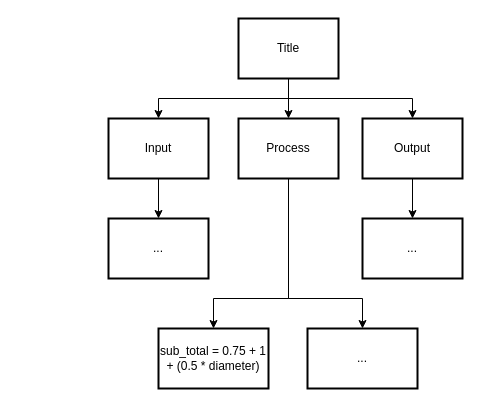
This is drawio/topDownDesign/topDownDesign.drawio from Aidan-Lalonde-Novales/ICS3U-Unit4-05-Python, a draw.io file, before an edit. Source tidied: cells renumbered, new cells numbered last; positions are measured from the earlier drawing's top-left corner, leaving out a move shared by most shapes. Both pictures are drawn from the tidied source at 100%, with x=0, y=0 at pixel (108, 18).
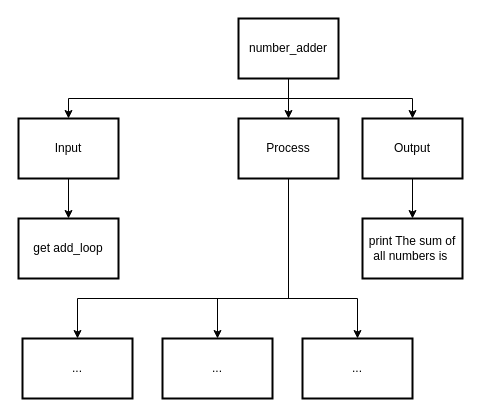
Above is the later version.

Unchanged cells that the change refers to:
```xml
<mxCell id="4" value="Process" style="rounded=0;whiteSpace=wrap;html=1;absoluteArcSize=1;arcSize=14;strokeWidth=2;" parent="1" vertex="1">
  <mxGeometry x="130" y="100" width="100" height="60" as="geometry" />
</mxCell>
```

What changed in the source:
```diff
@@
     <mxCell id="2" style="edgeStyle=none;rounded=0;html=1;exitX=0.5;exitY=1;exitDx=0;exitDy=0;entryX=0.5;entryY=0;entryDx=0;entryDy=0;" parent="1" edge="1" source="4" target="15">
       <mxGeometry relative="1" as="geometry">
         <Array as="points">
           <mxPoint x="180" y="280" />
-          <mxPoint x="105" y="280" />
+          <mxPoint x="-31" y="280" />
         </Array>
       </mxGeometry>
     </mxCell>
     <mxCell id="3" style="edgeStyle=none;rounded=0;html=1;exitX=0.5;exitY=1;exitDx=0;exitDy=0;entryX=0.5;entryY=0;entryDx=0;entryDy=0;" parent="1" edge="1" source="4" target="16">
       <mxGeometry relative="1" as="geometry">
         <Array as="points">
           <mxPoint x="180" y="280" />
-          <mxPoint x="254" y="280" />
+          <mxPoint x="109" y="280" />
         </Array>
       </mxGeometry>
     </mxCell>
+    <mxCell id="17" style="edgeStyle=none;html=1;exitX=0.5;exitY=1;exitDx=0;exitDy=0;entryX=0.5;entryY=0;entryDx=0;entryDy=0;rounded=0;" parent="1" edge="1" source="4" target="18">
+      <mxGeometry relative="1" as="geometry">
+        <Array as="points">
+          <mxPoint x="180" y="280" />
+          <mxPoint x="249" y="280" />
+        </Array>
+      </mxGeometry>
+    </mxCell>
@@
     <mxCell id="5" style="edgeStyle=none;html=1;exitX=0.5;exitY=1;exitDx=0;exitDy=0;entryX=0.5;entryY=0;entryDx=0;entryDy=0;rounded=0;" parent="1" edge="1" source="8" target="10">
       <mxGeometry relative="1" as="geometry">
         <Array as="points">
           <mxPoint x="180" y="80" />
-          <mxPoint x="50" y="80" />
+          <mxPoint x="-40" y="80" />
         </Array>
       </mxGeometry>
     </mxCell>
@@
-    <mxCell id="8" value="Title" style="rounded=0;whiteSpace=wrap;html=1;absoluteArcSize=1;arcSize=14;strokeWidth=2;" parent="1" vertex="1">
+    <mxCell id="8" value="number_adder" style="rounded=0;whiteSpace=wrap;html=1;absoluteArcSize=1;arcSize=14;strokeWidth=2;" parent="1" vertex="1">
       <mxGeometry x="130" width="100" height="60" as="geometry" />
     </mxCell>
@@
     <mxCell id="10" value="Input" style="rounded=0;whiteSpace=wrap;html=1;absoluteArcSize=1;arcSize=14;strokeWidth=2;" parent="1" vertex="1">
-      <mxGeometry y="100" width="100" height="60" as="geometry" />
+      <mxGeometry x="-90" y="100" width="100" height="60" as="geometry" />
     </mxCell>
@@
-    <mxCell id="13" value="..." style="rounded=0;whiteSpace=wrap;html=1;absoluteArcSize=1;arcSize=14;strokeWidth=2;" parent="1" vertex="1">
-      <mxGeometry y="200" width="100" height="60" as="geometry" />
+    <mxCell id="13" value="get add_loop" style="rounded=0;whiteSpace=wrap;html=1;absoluteArcSize=1;arcSize=14;strokeWidth=2;" parent="1" vertex="1">
+      <mxGeometry x="-90" y="200" width="100" height="60" as="geometry" />
     </mxCell>
-    <mxCell id="14" value="..." style="rounded=0;whiteSpace=wrap;html=1;absoluteArcSize=1;arcSize=14;strokeWidth=2;" parent="1" vertex="1">
+    <mxCell id="14" value="print The sum of all numbers is&amp;nbsp;" style="rounded=0;whiteSpace=wrap;html=1;absoluteArcSize=1;arcSize=14;strokeWidth=2;" parent="1" vertex="1">
       <mxGeometry x="254" y="200" width="100" height="60" as="geometry" />
     </mxCell>
-    <mxCell id="15" value="sub_total = 0.75 + 1 + (0.5 * diameter)" style="rounded=0;whiteSpace=wrap;html=1;absoluteArcSize=1;arcSize=14;strokeWidth=2;" parent="1" vertex="1">
-      <mxGeometry x="50" y="310" width="110" height="60" as="geometry" />
+    <mxCell id="15" value="..." style="rounded=0;whiteSpace=wrap;html=1;absoluteArcSize=1;arcSize=14;strokeWidth=2;" parent="1" vertex="1">
+      <mxGeometry x="-86" y="320" width="110" height="60" as="geometry" />
     </mxCell>
     <mxCell id="16" value="..." style="rounded=0;whiteSpace=wrap;html=1;absoluteArcSize=1;arcSize=14;strokeWidth=2;" parent="1" vertex="1">
-      <mxGeometry x="199" y="310" width="110" height="60" as="geometry" />
+      <mxGeometry x="54" y="320" width="110" height="60" as="geometry" />
     </mxCell>
+    <mxCell id="18" value="..." style="rounded=0;whiteSpace=wrap;html=1;absoluteArcSize=1;arcSize=14;strokeWidth=2;" parent="1" vertex="1">
+      <mxGeometry x="194" y="320" width="110" height="60" as="geometry" />
+    </mxCell>
```
